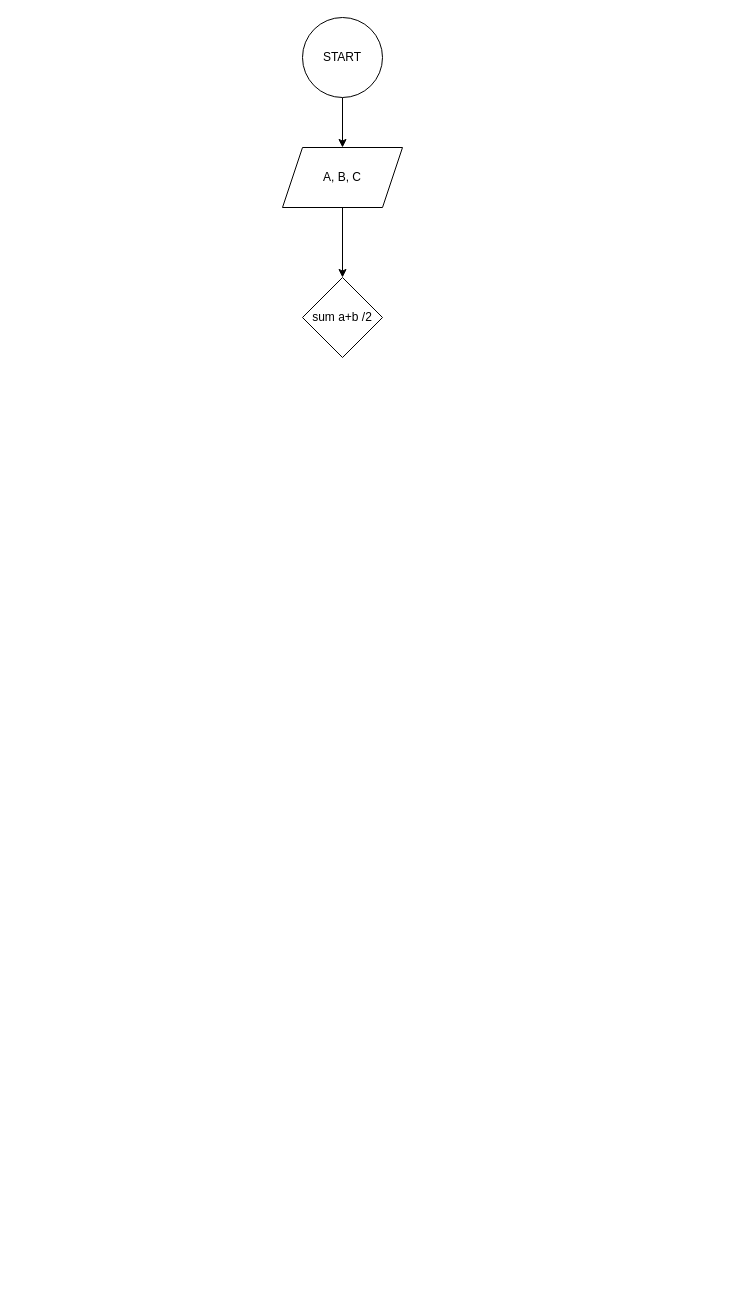
This is branching-hw-task3.drawio from uthmanigbin/university-work, a draw.io file, before an edit. Source tidied: cells renumbered, new cells numbered last; positions are measured from the earlier drawing's top-left corner, leaving out a move shared by most shapes. Both pictures are drawn from the tidied source at 100%, with x=0, y=0 at pixel (282, 17).
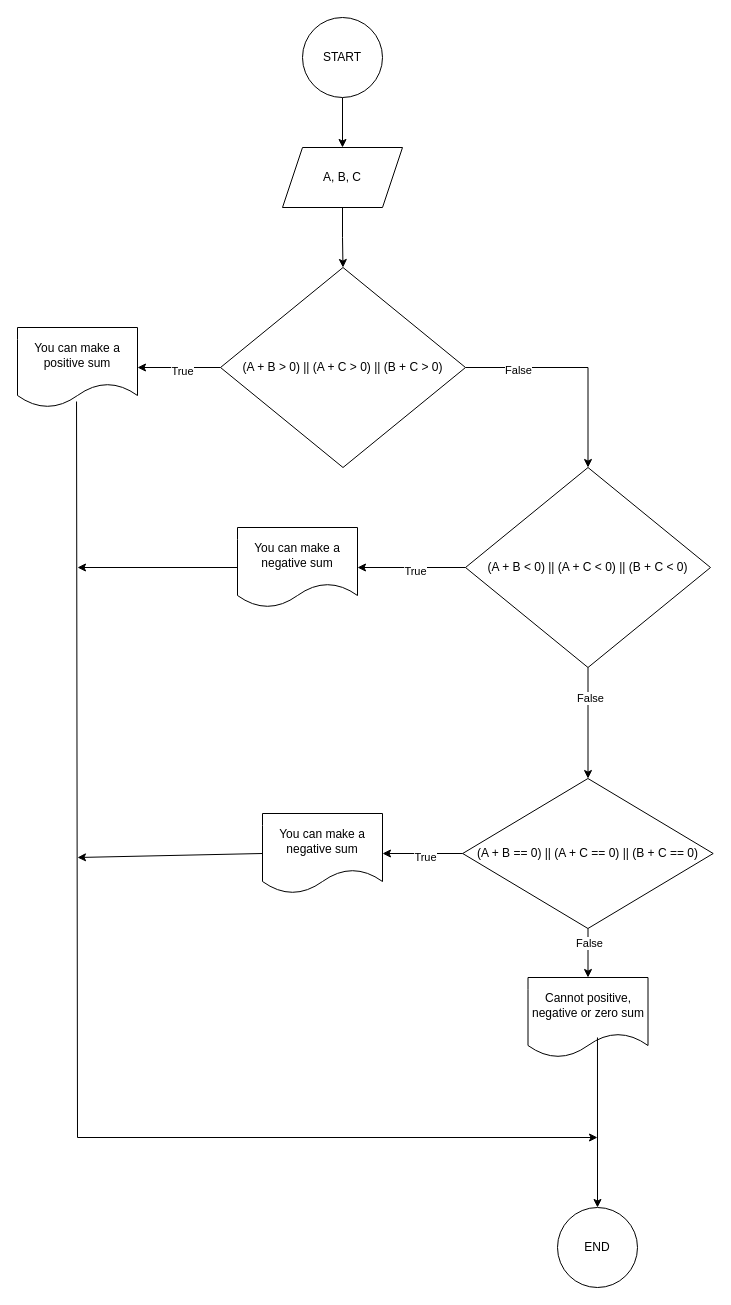
After the change.

The change refers to these unchanged cells:
```xml
<mxCell id="5" value="A, B, C" style="shape=parallelogram;perimeter=parallelogramPerimeter;whiteSpace=wrap;html=1;fixedSize=1;" parent="1" vertex="1">
  <mxGeometry y="130" width="120" height="60" as="geometry" />
</mxCell>
```

Diff of the diagram source:
```diff
@@
-    <mxCell id="4" style="edgeStyle=orthogonalEdgeStyle;rounded=0;jettySize=auto;html=1;" parent="1" edge="1" source="5" target="6">
+    <mxCell id="4" style="edgeStyle=orthogonalEdgeStyle;rounded=0;jettySize=auto;html=1;" parent="1" edge="1" source="5" target="11">
       <mxGeometry relative="1" as="geometry" />
     </mxCell>
@@
-    <mxCell id="6" value="sum a+b /2" style="rhombus;whiteSpace=wrap;html=1;" parent="1" vertex="1">
-      <mxGeometry x="20" y="260" width="80" height="80" as="geometry" />
-    </mxCell>
+    <mxCell id="7" style="edgeStyle=orthogonalEdgeStyle;rounded=0;jettySize=auto;html=1;" parent="1" edge="1" source="11" target="12">
+      <mxGeometry relative="1" as="geometry" />
+    </mxCell>
+    <mxCell id="8" value="True" style="edgeLabel;html=1;align=center;verticalAlign=middle;" parent="7" vertex="1">
+      <mxGeometry x="-0.06" y="3" relative="1" as="geometry" />
+    </mxCell>
+    <mxCell id="9" style="edgeStyle=orthogonalEdgeStyle;rounded=0;jettySize=auto;html=1;exitX=1;exitY=0.5;exitDx=0;exitDy=0;" parent="1" edge="1" source="11" target="15">
+      <mxGeometry relative="1" as="geometry" />
+    </mxCell>
+    <mxCell id="10" value="False" style="edgeLabel;html=1;align=center;verticalAlign=middle;" parent="9" vertex="1">
+      <mxGeometry x="-0.53" y="-2" relative="1" as="geometry" />
+    </mxCell>
+    <mxCell id="11" value="(A + B &amp;gt; 0) || (A + C &amp;gt; 0) || (B + C &amp;gt; 0)" style="rhombus;whiteSpace=wrap;html=1;" parent="1" vertex="1">
+      <mxGeometry x="-62" y="250" width="245" height="200" as="geometry" />
+    </mxCell>
+    <mxCell id="12" value="You can make a positive sum" style="shape=document;whiteSpace=wrap;html=1;boundedLbl=1;" parent="1" vertex="1">
+      <mxGeometry x="-265" y="310" width="120" height="80" as="geometry" />
+    </mxCell>
+    <mxCell id="13" style="edgeStyle=orthogonalEdgeStyle;rounded=0;jettySize=auto;html=1;" parent="1" edge="1" source="15" target="21">
+      <mxGeometry relative="1" as="geometry" />
+    </mxCell>
+    <mxCell id="14" value="False" style="edgeLabel;html=1;align=center;verticalAlign=middle;" parent="13" vertex="1">
+      <mxGeometry x="-0.46" y="2" relative="1" as="geometry" />
+    </mxCell>
+    <mxCell id="15" value="(A + B &amp;lt; 0) || (A + C &amp;lt; 0) || (B + C &amp;lt; 0)" style="rhombus;whiteSpace=wrap;html=1;" parent="1" vertex="1">
+      <mxGeometry x="183" y="450" width="245" height="200" as="geometry" />
+    </mxCell>
+    <mxCell id="16" style="edgeStyle=orthogonalEdgeStyle;rounded=0;jettySize=auto;html=1;exitX=0;exitY=0.5;exitDx=0;exitDy=0;" parent="1" edge="1" source="15" target="18">
+      <mxGeometry relative="1" as="geometry" />
+    </mxCell>
+    <mxCell id="17" value="True" style="edgeLabel;html=1;align=center;verticalAlign=middle;" parent="16" vertex="1">
+      <mxGeometry x="-0.06" y="3" relative="1" as="geometry" />
+    </mxCell>
+    <mxCell id="18" value="You can make a negative sum" style="shape=document;whiteSpace=wrap;html=1;boundedLbl=1;" parent="1" vertex="1">
+      <mxGeometry x="-45" y="510" width="120" height="80" as="geometry" />
+    </mxCell>
+    <mxCell id="19" style="edgeStyle=orthogonalEdgeStyle;rounded=0;jettySize=auto;html=1;" parent="1" edge="1" source="21" target="25">
+      <mxGeometry relative="1" as="geometry" />
+    </mxCell>
+    <mxCell id="20" value="False" style="edgeLabel;html=1;align=center;verticalAlign=middle;" parent="19" vertex="1">
+      <mxGeometry x="-0.39" y="1" relative="1" as="geometry" />
+    </mxCell>
+    <mxCell id="21" value="(A + B == 0) || (A + C == 0) || (B + C == 0)" style="rhombus;whiteSpace=wrap;html=1;" parent="1" vertex="1">
+      <mxGeometry x="180.2" y="761" width="250.5" height="150" as="geometry" />
+    </mxCell>
+    <mxCell id="22" style="edgeStyle=orthogonalEdgeStyle;rounded=0;jettySize=auto;html=1;exitX=0;exitY=0.5;exitDx=0;exitDy=0;" parent="1" edge="1" source="21" target="24">
+      <mxGeometry relative="1" as="geometry" />
+    </mxCell>
+    <mxCell id="23" value="True" style="edgeLabel;html=1;align=center;verticalAlign=middle;" parent="22" vertex="1">
+      <mxGeometry x="-0.06" y="3" relative="1" as="geometry" />
+    </mxCell>
+    <mxCell id="24" value="You can make a negative sum" style="shape=document;whiteSpace=wrap;html=1;boundedLbl=1;" parent="1" vertex="1">
+      <mxGeometry x="-20" y="796" width="120" height="80" as="geometry" />
+    </mxCell>
+    <mxCell id="25" value="Cannot positive, negative or zero sum" style="shape=document;whiteSpace=wrap;html=1;boundedLbl=1;" parent="1" vertex="1">
+      <mxGeometry x="245.5" y="960" width="120" height="80" as="geometry" />
+    </mxCell>
+    <mxCell id="26" style="endArrow=classic;html=1;rounded=0;exitX=0;exitY=0.5;exitDx=0;exitDy=0;" parent="1" edge="1" source="18">
+      <mxGeometry relative="1" as="geometry">
+        <mxPoint x="-205" y="550" as="targetPoint" />
+      </mxGeometry>
+    </mxCell>
+    <mxCell id="27" style="endArrow=none;html=1;rounded=0;exitX=0.492;exitY=0.925;exitDx=0;exitDy=0;exitPerimeter=0;" parent="1" edge="1" source="12">
+      <mxGeometry relative="1" as="geometry">
+        <mxPoint x="-205" y="1120" as="targetPoint" />
+      </mxGeometry>
+    </mxCell>
+    <mxCell id="28" style="endArrow=classic;html=1;rounded=0;exitX=0;exitY=0.5;exitDx=0;exitDy=0;" parent="1" edge="1" source="24">
+      <mxGeometry relative="1" as="geometry">
+        <mxPoint x="-205" y="840" as="targetPoint" />
+      </mxGeometry>
+    </mxCell>
+    <mxCell id="29" style="endArrow=classic;html=1;rounded=0;exitX=0.579;exitY=0.75;exitDx=0;exitDy=0;exitPerimeter=0;" parent="1" edge="1" source="25" target="30">
+      <mxGeometry relative="1" as="geometry" />
+    </mxCell>
+    <mxCell id="30" value="END" style="ellipse;whiteSpace=wrap;html=1;" parent="1" vertex="1">
+      <mxGeometry x="275" y="1190" width="80" height="80" as="geometry" />
+    </mxCell>
+    <mxCell id="31" style="endArrow=classic;html=1;rounded=0;" parent="1" edge="1">
+      <mxGeometry relative="1" as="geometry">
+        <mxPoint x="-205" y="1120" as="sourcePoint" />
+        <mxPoint x="315" y="1120" as="targetPoint" />
+      </mxGeometry>
+    </mxCell>
```
